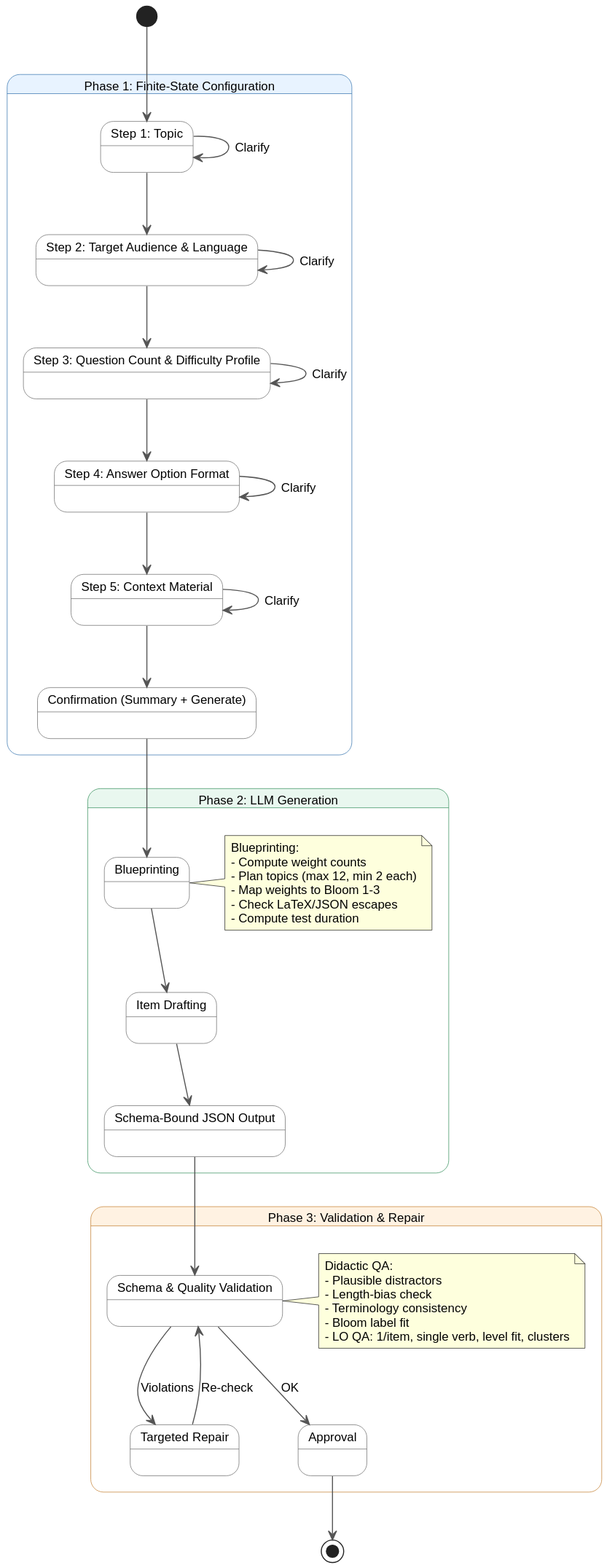
kqc-real/streamlit keeps this PlantUML diagram as docs/mc-test-paper/images/fsm_workflow_current.svg. Above is the earlier version.
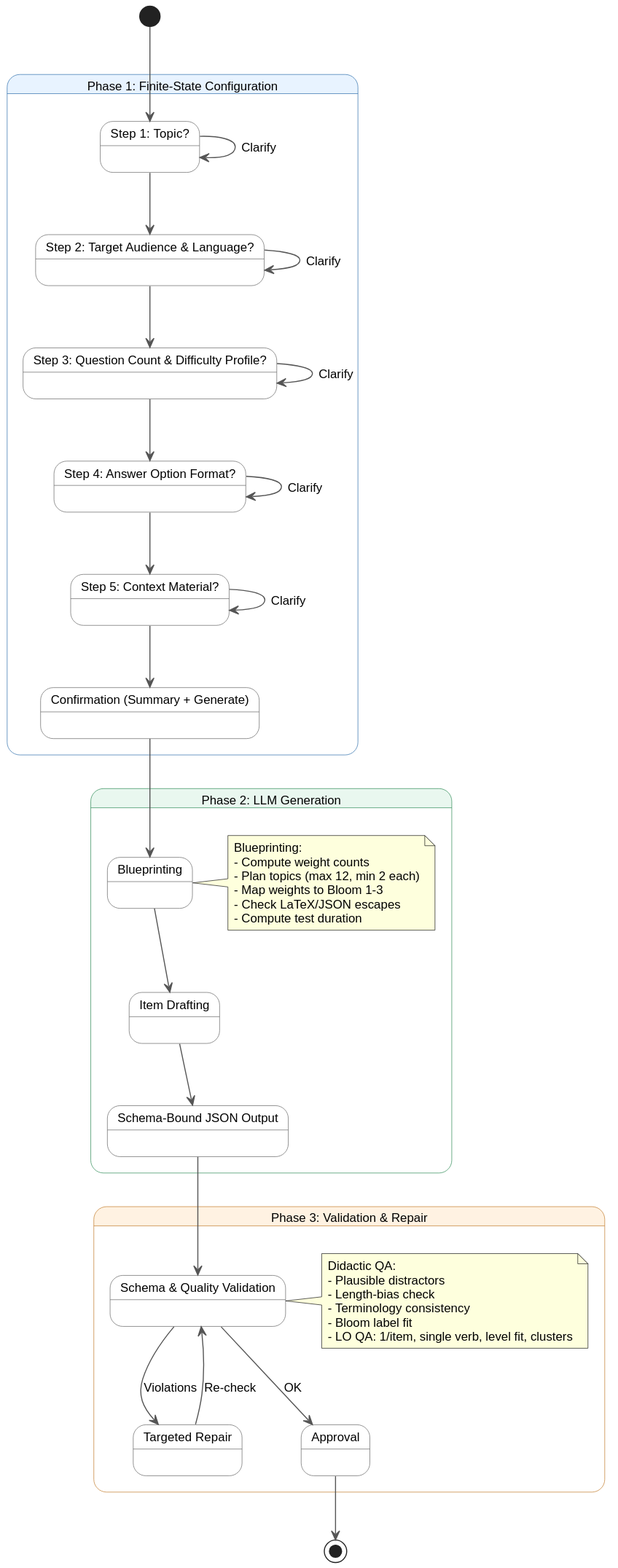
The same file after the commit.

Change to the diagram source:
```diff
@@ -27,11 +27,11 @@
   BorderColor #C27C2C
 }
 state "Phase 1: Finite-State Configuration" as CFG <<phase1>> {
-  state "Step 1: Topic" as C1
-  state "Step 2: Target Audience & Language" as C2
-  state "Step 3: Question Count & Difficulty Profile" as C3
-  state "Step 4: Answer Option Format" as C4
-  state "Step 5: Context Material" as C5
+  state "Step 1: Topic?" as C1
+  state "Step 2: Target Audience & Language?" as C2
+  state "Step 3: Question Count & Difficulty Profile?" as C3
+  state "Step 4: Answer Option Format?" as C4
+  state "Step 5: Context Material?" as C5
   state "Confirmation (Summary + Generate)" as C7
 
   C1 --> C2
```
